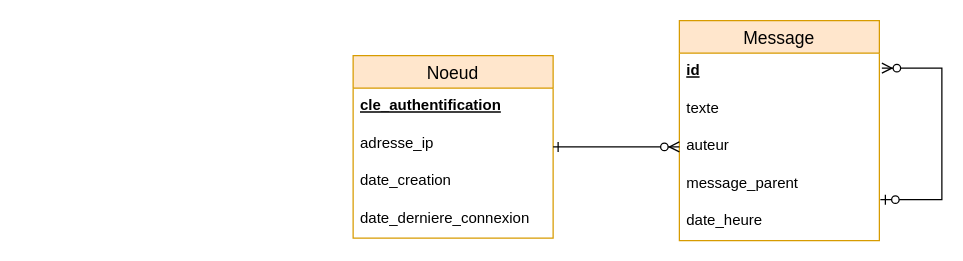
Earlier version of the draw.io diagram docs/data_schema.drawio (HunteRoi/node). Source tidied: cells renumbered, new cells numbered last; positions are measured from the earlier drawing's top-left corner, leaving out a move shared by most shapes. Both pictures are drawn from the tidied source at 125%, with x=0, y=0 at pixel (352, 20).
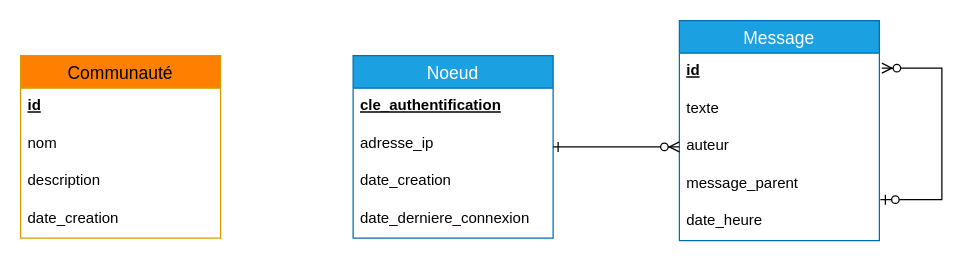
The same page after the edit.

The edit, as a diff of the source:
```diff
@@
-    <mxCell id="2" value="Noeud" style="swimlane;fontStyle=0;horizontal=1;startSize=26;align=center;fontSize=14;fillColor=#ffe6cc;strokeColor=#d79b00;" parent="1" vertex="1">
+    <mxCell id="2" value="Noeud" style="swimlane;fontStyle=0;horizontal=1;startSize=26;align=center;fontSize=14;fillColor=#1ba1e2;strokeColor=#006EAF;fontColor=#ffffff;" parent="1" vertex="1">
       <mxGeometry y="28" width="160" height="146" as="geometry" />
     </mxCell>
@@
-    <mxCell id="7" value="Message" style="swimlane;fontStyle=0;horizontal=1;startSize=26;align=center;fontSize=14;fillColor=#ffe6cc;strokeColor=#d79b00;" parent="1" vertex="1">
+    <mxCell id="7" value="Message" style="swimlane;fontStyle=0;horizontal=1;startSize=26;align=center;fontSize=14;fillColor=#1ba1e2;strokeColor=#006EAF;fontColor=#ffffff;" parent="1" vertex="1">
       <mxGeometry x="261" width="160" height="176" as="geometry" />
     </mxCell>
@@
+    <mxCell id="15" value="Communauté" style="swimlane;fontStyle=0;horizontal=1;startSize=26;align=center;fontSize=14;fillColor=#FF8000;strokeColor=#d79b00;" parent="1" vertex="1">
+      <mxGeometry x="-266" y="28" width="160" height="146" as="geometry" />
+    </mxCell>
+    <mxCell id="16" value="id" style="text;strokeColor=none;fillColor=none;spacingLeft=4;spacingRight=4;overflow=hidden;fontSize=12;fontStyle=5;" parent="15" vertex="1">
+      <mxGeometry y="26" width="160" height="30" as="geometry" />
+    </mxCell>
+    <mxCell id="17" value="nom" style="text;strokeColor=none;fillColor=none;spacingLeft=4;spacingRight=4;overflow=hidden;fontSize=12;fontStyle=0;" parent="15" vertex="1">
+      <mxGeometry y="56" width="160" height="30" as="geometry" />
+    </mxCell>
+    <mxCell id="18" value="description" style="text;strokeColor=none;fillColor=none;spacingLeft=4;spacingRight=4;overflow=hidden;fontSize=12;" parent="15" vertex="1">
+      <mxGeometry y="86" width="160" height="30" as="geometry" />
+    </mxCell>
+    <mxCell id="19" value="date_creation" style="text;strokeColor=none;fillColor=none;spacingLeft=4;spacingRight=4;overflow=hidden;fontSize=12;" parent="15" vertex="1">
+      <mxGeometry y="116" width="160" height="30" as="geometry" />
+    </mxCell>
```
